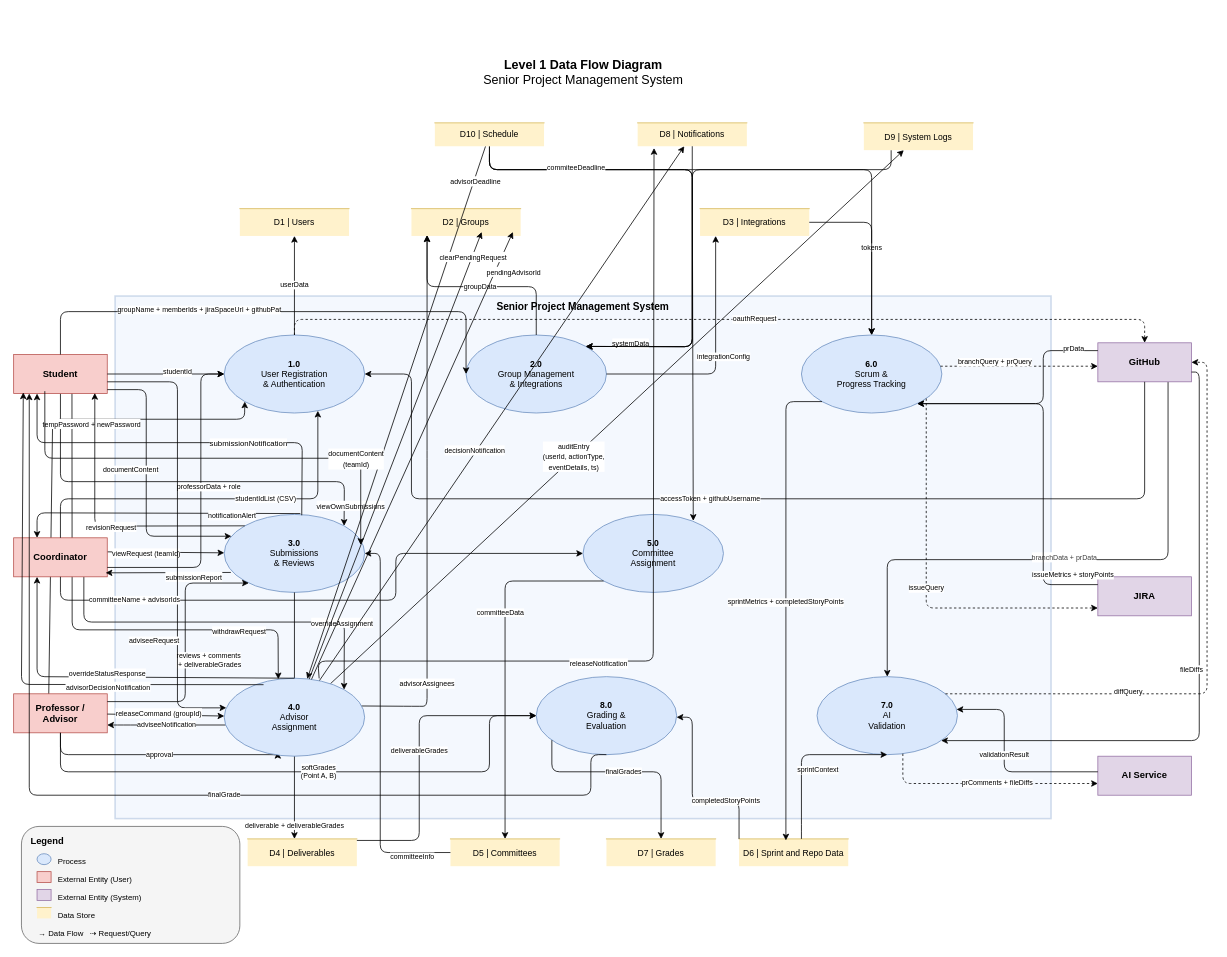
The draw.io diagram docs/dfd/dfd-level1.drawio in SE3318-Spring-2025-2026/senior-app-4, before the edit. Source tidied: cells renumbered, new cells numbered last; positions are measured from the earlier drawing's top-left corner, leaving out a move shared by most shapes. Both pictures are drawn from the tidied source at 78%, with x=0, y=0 at pixel (13, 52).
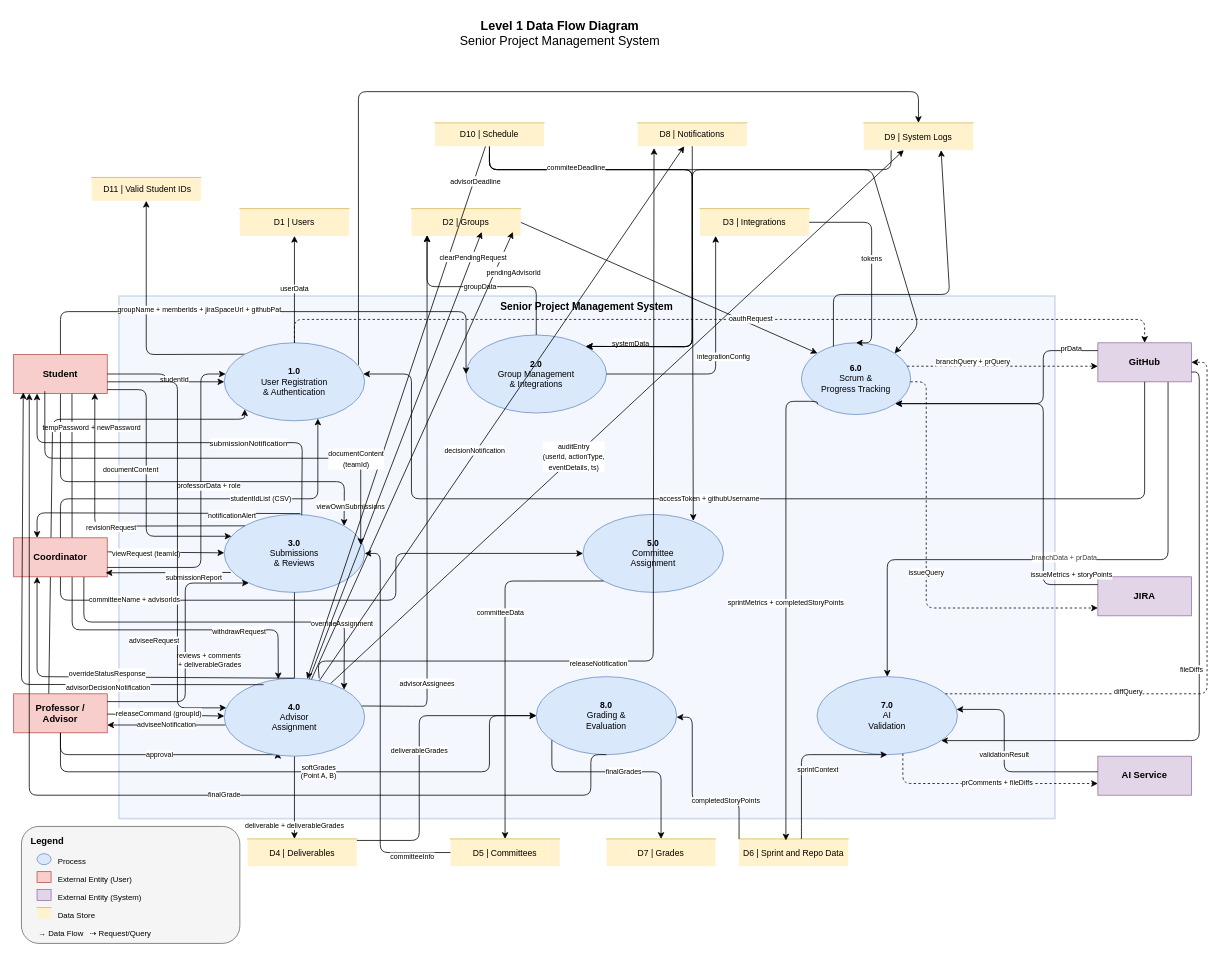
The same page after the edit.

Commit message (it also covers changes not shown here):
docs: update level-2 DFD diagrams with new process flows

Unchanged cells that the change refers to:
```xml
<mxCell id="37" value="D2 | Groups" style="shape=partialRectangle;whiteSpace=wrap;html=1;fillColor=#fff2cc;strokeColor=#d6b656;fontSize=11;top=1;left=0;right=0;bottom=0;" parent="1" vertex="1">
  <mxGeometry x="510" y="200" width="140" height="35" as="geometry" />
</mxCell>
<mxCell id="102" value="D10 | Schedule" style="shape=partialRectangle;whiteSpace=wrap;html=1;fillColor=#fff2cc;strokeColor=#d6b656;fontSize=11;top=1;left=0;right=0;bottom=0;" parent="1" vertex="1">
  <mxGeometry x="540" y="90" width="140" height="30" as="geometry" />
</mxCell>
<mxCell id="105" value="D9 | System Logs" style="shape=partialRectangle;whiteSpace=wrap;html=1;fillColor=#fff2cc;strokeColor=#d6b656;fontSize=11;top=1;left=0;right=0;bottom=0;" parent="1" vertex="1">
  <mxGeometry x="1090" y="90" width="140" height="35" as="geometry" />
</mxCell>
```

Change to the diagram source:
```diff
@@
     <mxCell id="2" value="&lt;b&gt;Senior Project Management System&lt;/b&gt;" style="rounded=0;whiteSpace=wrap;html=1;fillColor=#dae8fc;strokeColor=#6c8ebf;fontSize=13;verticalAlign=top;align=center;strokeWidth=2;opacity=30;" parent="1" vertex="1">
-      <mxGeometry x="130" y="312" width="1200" height="670" as="geometry" />
+      <mxGeometry x="135" y="312" width="1200" height="670" as="geometry" />
     </mxCell>
     <mxCell id="3" value="&lt;b&gt;Level 1 Data Flow Diagram&lt;/b&gt;&lt;br&gt;Senior Project Management System" style="text;html=1;align=center;verticalAlign=middle;fontSize=16;" parent="1" vertex="1">
-      <mxGeometry x="530" width="400" height="50" as="geometry" />
+      <mxGeometry x="500" y="-50" width="400" height="50" as="geometry" />
     </mxCell>
@@
+    <mxCell id="121" style="edgeStyle=none;html=1;entryX=0.5;entryY=0;entryDx=0;entryDy=0;exitX=0.956;exitY=0.283;exitDx=0;exitDy=0;exitPerimeter=0;" parent="1" edge="1" source="22" target="105">
+      <mxGeometry relative="1" as="geometry">
+        <Array as="points">
+          <mxPoint x="442" y="50" />
+          <mxPoint x="1160" y="50" />
+        </Array>
+      </mxGeometry>
+    </mxCell>
+    <mxCell id="122" style="edgeStyle=none;html=1;exitX=0;exitY=0;exitDx=0;exitDy=0;entryX=0.5;entryY=1;entryDx=0;entryDy=0;" parent="1" edge="1" source="22" target="125">
+      <mxGeometry relative="1" as="geometry">
+        <Array as="points">
+          <mxPoint x="170" y="387" />
+        </Array>
+      </mxGeometry>
+    </mxCell>
     <mxCell id="22" value="&lt;b&gt;1.0&lt;/b&gt;&lt;br&gt;User Registration&lt;br&gt;&amp; Authentication" style="ellipse;whiteSpace=wrap;html=1;fillColor=#dae8fc;strokeColor=#6c8ebf;fontSize=11;" parent="1" vertex="1">
-      <mxGeometry x="270" y="362" width="180" height="100" as="geometry" />
+      <mxGeometry x="270" y="372" width="180" height="100" as="geometry" />
     </mxCell>
@@
     <mxCell id="33" value="&lt;b&gt;6.0&lt;/b&gt;&lt;br&gt;Scrum &amp;&lt;br&gt;Progress Tracking" style="ellipse;whiteSpace=wrap;html=1;fillColor=#dae8fc;strokeColor=#6c8ebf;fontSize=11;" parent="1" vertex="1">
-      <mxGeometry x="1010" y="362" width="180" height="100" as="geometry" />
+      <mxGeometry x="1010" y="372" width="140" height="92" as="geometry" />
     </mxCell>
@@
+    <mxCell id="123" style="edgeStyle=none;html=1;entryX=0;entryY=0;entryDx=0;entryDy=0;exitX=1;exitY=0.5;exitDx=0;exitDy=0;" parent="1" edge="1" source="37" target="33">
+      <mxGeometry relative="1" as="geometry" />
+    </mxCell>
@@
-    <mxCell id="97" style="edgeStyle=none;html=1;exitX=0.5;exitY=1;exitDx=0;exitDy=0;entryX=0.5;entryY=0;entryDx=0;entryDy=0;" parent="1" edge="1" source="102" target="33">
+    <mxCell id="97" style="edgeStyle=none;html=1;exitX=0.5;exitY=1;exitDx=0;exitDy=0;entryX=1;entryY=0;entryDx=0;entryDy=0;" parent="1" edge="1" source="102" target="33">
       <mxGeometry relative="1" as="geometry">
         <Array as="points">
           <mxPoint x="610" y="150" />
           <mxPoint x="860" y="150" />
           <mxPoint x="1100" y="150" />
+          <mxPoint x="1160" y="350" />
         </Array>
       </mxGeometry>
     </mxCell>
@@
+    <mxCell id="124" style="edgeStyle=none;html=1;exitX=0.335;exitY=0.052;exitDx=0;exitDy=0;entryX=0.75;entryY=1;entryDx=0;entryDy=0;exitPerimeter=0;" parent="1" edge="1">
+      <mxGeometry relative="1" as="geometry">
+        <mxPoint x="1051" y="376.8" as="sourcePoint" />
+        <mxPoint x="1189" y="125" as="targetPoint" />
+        <Array as="points">
+          <mxPoint x="1051" y="310" />
+          <mxPoint x="1200" y="310" />
+        </Array>
+      </mxGeometry>
+    </mxCell>
@@
+    <mxCell id="125" value="&amp;nbsp;D11 | Valid Student IDs" style="shape=partialRectangle;whiteSpace=wrap;html=1;fillColor=#fff2cc;strokeColor=#d6b656;fontSize=11;top=1;left=0;right=0;bottom=0;" parent="1" vertex="1">
+      <mxGeometry x="100" y="160" width="140" height="30" as="geometry" />
+    </mxCell>
```
